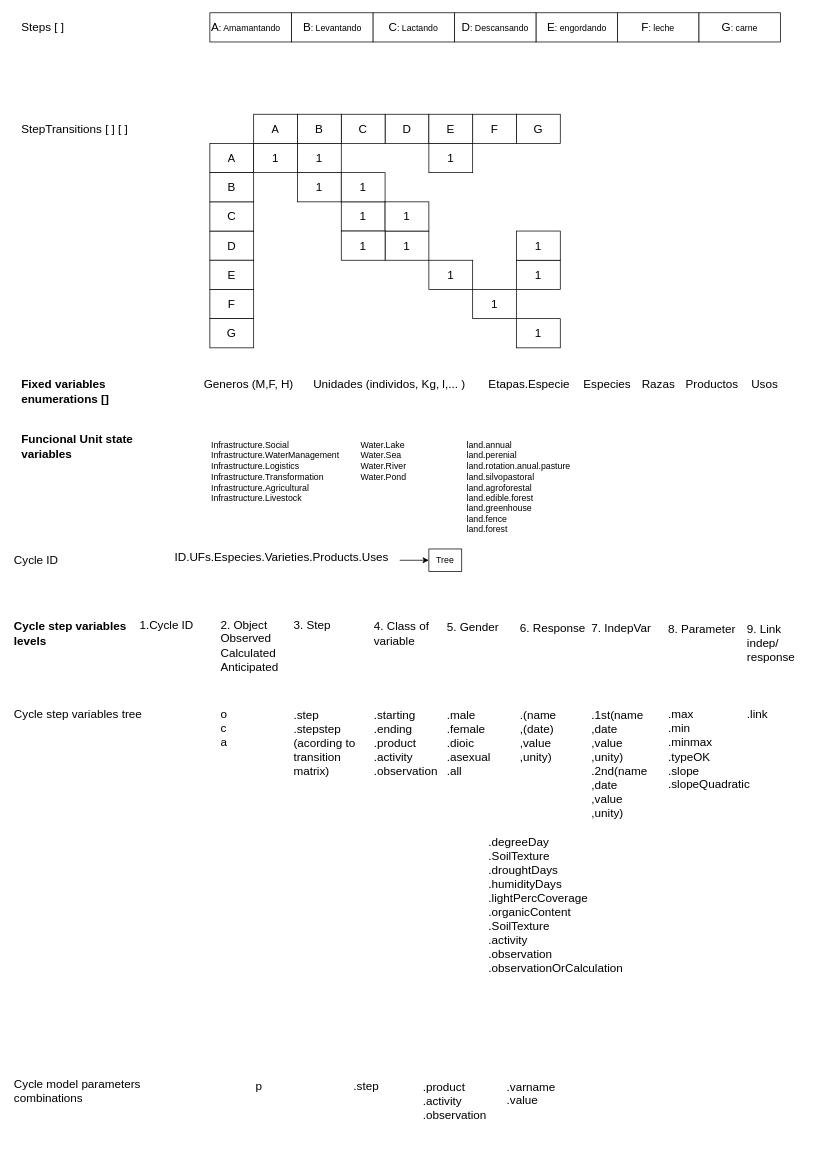
Before: page "Genérico" (1 of 2) of CyclesModels.drawio in stdupas/app.agromaker, a draw.io diagram. Source tidied: cells renumbered, new cells numbered last; positions are measured from the earlier drawing's top-left corner, leaving out a move shared by most shapes. Both pictures are drawn from the tidied source at 73%, with x=0, y=0 at pixel (12, 12).
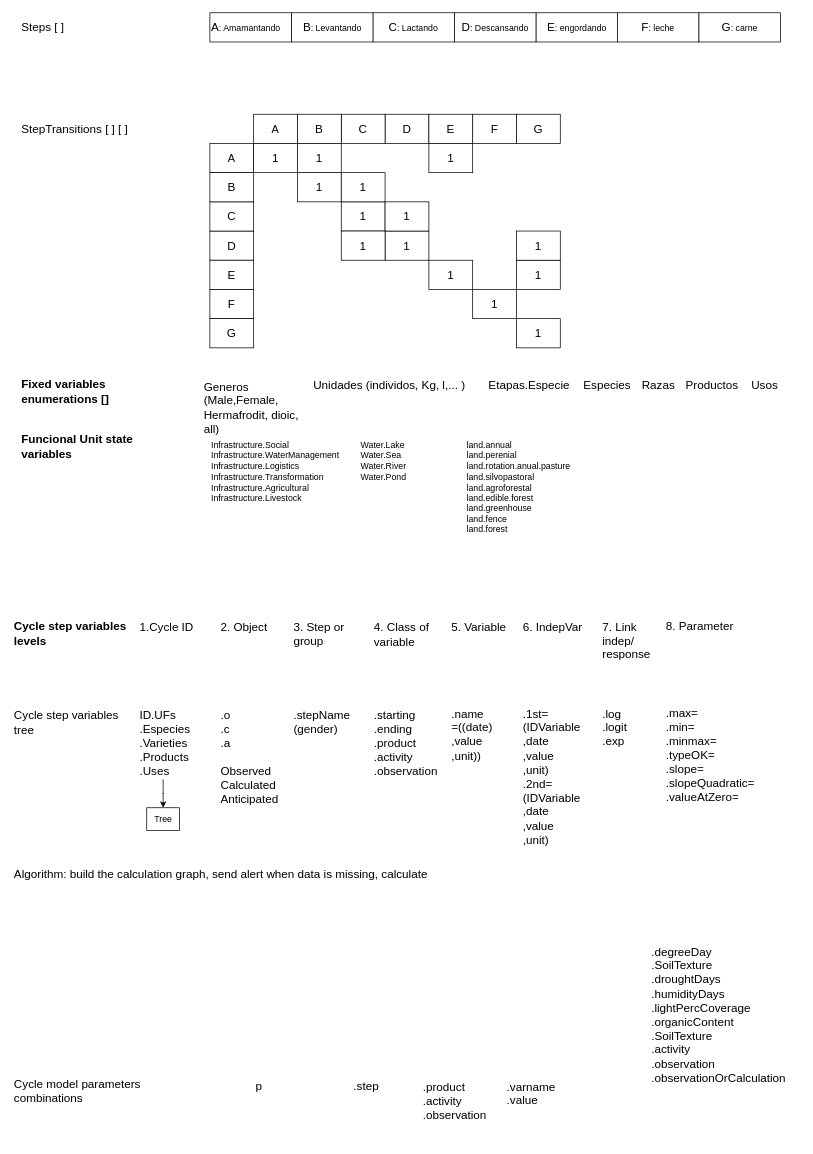
Above is the later version.

Diff of the diagram source:
```diff
@@
-    <mxCell id="5" value="Generos (M,F, H)" style="text;html=1;strokeColor=none;fillColor=none;align=left;verticalAlign=middle;whiteSpace=wrap;rounded=0;fontSize=16;" parent="1" vertex="1">
-      <mxGeometry x="260" y="499" width="150" height="20" as="geometry" />
+    <mxCell id="5" value="Generos (Male,Female, Hermafrodit, dioic, all)" style="text;html=1;strokeColor=none;fillColor=none;align=left;verticalAlign=middle;whiteSpace=wrap;rounded=0;fontSize=16;" parent="1" vertex="1">
+      <mxGeometry x="260" y="511" width="150" height="60" as="geometry" />
     </mxCell>
     <mxCell id="6" value="Unidades (individos, Kg, l,... )" style="text;html=1;strokeColor=none;fillColor=none;align=left;verticalAlign=middle;whiteSpace=wrap;rounded=0;fontSize=16;" parent="1" vertex="1">
-      <mxGeometry x="410" y="499" width="230" height="20" as="geometry" />
+      <mxGeometry x="410" y="500" width="230" height="20" as="geometry" />
     </mxCell>
@@
-    <mxCell id="47" value="&lt;div style=&quot;font-size: 16px;&quot;&gt;o&lt;/div&gt;&lt;div style=&quot;font-size: 16px;&quot;&gt;c&lt;/div&gt;&lt;div style=&quot;font-size: 16px;&quot;&gt;a&lt;br style=&quot;font-size: 16px;&quot;&gt;&lt;/div&gt;" style="text;whiteSpace=wrap;html=1;fontSize=16;verticalAlign=top;" parent="1" vertex="1">
-      <mxGeometry x="282.8" y="945" width="100" height="90" as="geometry" />
+    <mxCell id="47" value=".o&lt;div style=&quot;font-size: 16px;&quot;&gt;.c&lt;/div&gt;&lt;div style=&quot;font-size: 16px;&quot;&gt;.a&lt;br style=&quot;font-size: 16px;&quot;&gt;&lt;/div&gt;&lt;div&gt;&lt;br&gt;&lt;/div&gt;&lt;div&gt;&lt;div style=&quot;font-size: 16px;&quot;&gt;Observed&lt;/div&gt;&lt;div style=&quot;font-size: 16px;&quot;&gt;Calculated&lt;/div&gt;Anticipated&lt;/div&gt;" style="text;whiteSpace=wrap;html=1;fontSize=16;verticalAlign=top;" parent="1" vertex="1">
+      <mxGeometry x="282.8" y="946" width="100" height="90" as="geometry" />
     </mxCell>
-    <mxCell id="48" value="&lt;div&gt;.step&lt;/div&gt;&lt;div&gt;.stepstep (acording to transition matrix)&lt;br&gt;&lt;/div&gt;" style="text;whiteSpace=wrap;html=1;fontSize=16;verticalAlign=top;" parent="1" vertex="1">
-      <mxGeometry x="382.8" y="946" width="100" height="90" as="geometry" />
+    <mxCell id="48" value="&lt;div&gt;.stepName (gender)&lt;br&gt;&lt;/div&gt;&lt;div&gt;&lt;br&gt;&lt;/div&gt;" style="text;whiteSpace=wrap;html=1;fontSize=16;verticalAlign=top;" parent="1" vertex="1">
+      <mxGeometry x="382.8" y="946" width="77.2" height="90" as="geometry" />
     </mxCell>
@@
-    <mxCell id="50" value="&lt;div&gt;.male&lt;/div&gt;&lt;div&gt;.female&lt;br&gt;&lt;/div&gt;&lt;div&gt;.dioic&lt;/div&gt;&lt;div&gt;.asexual&lt;/div&gt;&lt;div&gt;.all&lt;br&gt;&lt;/div&gt;" style="text;whiteSpace=wrap;html=1;fontSize=16;verticalAlign=top;" parent="1" vertex="1">
-      <mxGeometry x="592.8" y="946" width="100" height="80" as="geometry" />
-    </mxCell>
-    <mxCell id="51" value="&lt;div&gt;.(name&lt;br&gt;&lt;/div&gt;&lt;div&gt;,(date)&lt;/div&gt;&lt;div&gt;,value&lt;/div&gt;&lt;div&gt;,unity)&lt;br&gt;&lt;/div&gt;" style="text;whiteSpace=wrap;html=1;fontSize=16;verticalAlign=top;" parent="1" vertex="1">
-      <mxGeometry x="692.8" y="946" width="100" height="80" as="geometry" />
+    <mxCell id="51" value="&lt;div&gt;.name&lt;br&gt;&lt;/div&gt;&lt;div&gt;=((date)&lt;/div&gt;&lt;div&gt;,value&lt;/div&gt;&lt;div&gt;,unit))&lt;br&gt;&lt;/div&gt;" style="text;whiteSpace=wrap;html=1;fontSize=16;verticalAlign=top;" parent="1" vertex="1">
+      <mxGeometry x="599" y="944" width="100" height="80" as="geometry" />
     </mxCell>
     <mxCell id="52" value="Cycle step variables tree" style="text;html=1;strokeColor=none;fillColor=none;align=left;verticalAlign=middle;whiteSpace=wrap;rounded=0;fontSize=16;" parent="1" vertex="1">
-      <mxGeometry y="946" width="220" height="30" as="geometry" />
+      <mxGeometry y="957" width="150" height="30" as="geometry" />
     </mxCell>
-    <mxCell id="53" value="&lt;div&gt;.max&lt;/div&gt;&lt;div&gt;.min&lt;/div&gt;&lt;div&gt;.minmax&lt;/div&gt;.typeOK&lt;br&gt;&lt;div&gt;&lt;div&gt;.slope&lt;/div&gt;&lt;div&gt;.slopeQuadratic&lt;br&gt;&lt;/div&gt;&lt;/div&gt;" style="text;whiteSpace=wrap;html=1;fontSize=16;verticalAlign=top;" parent="1" vertex="1">
-      <mxGeometry x="895.8" y="945" width="90" height="155.5" as="geometry" />
+    <mxCell id="53" value="&lt;div&gt;.max=&lt;/div&gt;&lt;div&gt;.min=&lt;/div&gt;&lt;div&gt;.minmax=&lt;/div&gt;.typeOK=&lt;div&gt;&lt;div&gt;.slope=&lt;/div&gt;&lt;div&gt;.slopeQuadratic=&lt;/div&gt;&lt;/div&gt;&lt;div&gt;.valueAtZero=&lt;/div&gt;" style="text;whiteSpace=wrap;html=1;fontSize=16;verticalAlign=top;" parent="1" vertex="1">
+      <mxGeometry x="893.2" y="942.5" width="90" height="155.5" as="geometry" />
     </mxCell>
     <mxCell id="54" value="Etapas.Especie" style="text;html=1;strokeColor=none;fillColor=none;align=left;verticalAlign=middle;whiteSpace=wrap;rounded=0;fontSize=16;" parent="1" vertex="1">
-      <mxGeometry x="650" y="499" width="120" height="20" as="geometry" />
+      <mxGeometry x="650" y="500" width="120" height="20" as="geometry" />
     </mxCell>
     <mxCell id="55" value="Especies" style="text;html=1;strokeColor=none;fillColor=none;align=left;verticalAlign=middle;whiteSpace=wrap;rounded=0;fontSize=16;" parent="1" vertex="1">
-      <mxGeometry x="780" y="499" width="100" height="20" as="geometry" />
+      <mxGeometry x="780" y="500" width="100" height="20" as="geometry" />
     </mxCell>
     <mxCell id="56" value="Razas" style="text;html=1;strokeColor=none;fillColor=none;align=left;verticalAlign=middle;whiteSpace=wrap;rounded=0;fontSize=16;" parent="1" vertex="1">
-      <mxGeometry x="860" y="499" width="100" height="20" as="geometry" />
+      <mxGeometry x="860" y="500" width="100" height="20" as="geometry" />
     </mxCell>
     <mxCell id="57" value="Productos" style="text;html=1;strokeColor=none;fillColor=none;align=left;verticalAlign=middle;whiteSpace=wrap;rounded=0;fontSize=16;" parent="1" vertex="1">
-      <mxGeometry x="920" y="499" width="100" height="20" as="geometry" />
+      <mxGeometry x="920" y="500" width="100" height="20" as="geometry" />
     </mxCell>
     <mxCell id="58" value="Usos" style="text;html=1;strokeColor=none;fillColor=none;align=left;verticalAlign=middle;whiteSpace=wrap;rounded=0;fontSize=16;" parent="1" vertex="1">
-      <mxGeometry x="1010" y="499" width="70" height="20" as="geometry" />
+      <mxGeometry x="1010" y="500" width="70" height="20" as="geometry" />
     </mxCell>
@@
-    <mxCell id="63" value="2. Object&lt;div&gt;&lt;div style=&quot;font-size: 16px;&quot;&gt;Observed&lt;/div&gt;&lt;div style=&quot;font-size: 16px;&quot;&gt;Calculated&lt;/div&gt;Anticipated&lt;/div&gt;" style="text;html=1;strokeColor=none;fillColor=none;align=left;verticalAlign=middle;whiteSpace=wrap;rounded=0;fontSize=16;" parent="1" vertex="1">
-      <mxGeometry x="282.8" y="826" width="100" height="82" as="geometry" />
+    <mxCell id="63" value="2. Object&lt;div&gt;&lt;br&gt;&lt;/div&gt;" style="text;html=1;strokeColor=none;fillColor=none;align=left;verticalAlign=middle;whiteSpace=wrap;rounded=0;fontSize=16;" parent="1" vertex="1">
+      <mxGeometry x="282.8" y="829" width="100" height="44" as="geometry" />
     </mxCell>
-    <mxCell id="64" value="3. Step" style="text;html=1;strokeColor=none;fillColor=none;align=left;verticalAlign=middle;whiteSpace=wrap;rounded=0;fontSize=16;" parent="1" vertex="1">
-      <mxGeometry x="382.8" y="819" width="100" height="38" as="geometry" />
+    <mxCell id="64" value="3. Step or group" style="text;html=1;strokeColor=none;fillColor=none;align=left;verticalAlign=middle;whiteSpace=wrap;rounded=0;fontSize=16;" parent="1" vertex="1">
+      <mxGeometry x="382.8" y="832" width="100" height="38" as="geometry" />
     </mxCell>
     <mxCell id="65" value="4. Class of variable" style="text;html=1;strokeColor=none;fillColor=none;align=left;verticalAlign=middle;whiteSpace=wrap;rounded=0;fontSize=16;" parent="1" vertex="1">
-      <mxGeometry x="492.8" y="819" width="85" height="62" as="geometry" />
+      <mxGeometry x="492.8" y="821" width="85" height="62" as="geometry" />
     </mxCell>
-    <mxCell id="66" value="5. Gender" style="text;html=1;strokeColor=none;fillColor=none;align=left;verticalAlign=middle;whiteSpace=wrap;rounded=0;fontSize=16;" parent="1" vertex="1">
-      <mxGeometry x="592.8" y="823" width="100" height="38" as="geometry" />
-    </mxCell>
-    <mxCell id="67" value="6. Response " style="text;html=1;strokeColor=none;fillColor=none;align=left;verticalAlign=middle;whiteSpace=wrap;rounded=0;fontSize=16;" parent="1" vertex="1">
-      <mxGeometry x="692.8" y="827" width="100" height="32" as="geometry" />
+    <mxCell id="67" value="5. Variable " style="text;html=1;strokeColor=none;fillColor=none;align=left;verticalAlign=middle;whiteSpace=wrap;rounded=0;fontSize=16;" parent="1" vertex="1">
+      <mxGeometry x="599" y="825" width="100" height="32" as="geometry" />
     </mxCell>
-    <mxCell id="68" value="Cycle ID" style="text;html=1;strokeColor=none;fillColor=none;align=left;verticalAlign=middle;whiteSpace=wrap;rounded=0;fontSize=16;" parent="1" vertex="1">
-      <mxGeometry y="709" width="100" height="82" as="geometry" />
-    </mxCell>
@@
-    <mxCell id="70" value="&lt;div style=&quot;font-size: 16px;&quot;&gt;ID.UFs.Especies.Varieties.Products.Uses&lt;br style=&quot;font-size: 16px;&quot;&gt;&lt;/div&gt;" style="text;whiteSpace=wrap;html=1;fontSize=16;verticalAlign=top;" parent="1" vertex="1">
-      <mxGeometry x="220" y="730" width="310" height="40" as="geometry" />
+    <mxCell id="70" value="&lt;div style=&quot;font-size: 16px;&quot;&gt;ID.UFs .Especies .Varieties .Products .Uses&lt;br style=&quot;font-size: 16px;&quot;&gt;&lt;/div&gt;" style="text;whiteSpace=wrap;html=1;fontSize=16;verticalAlign=top;" parent="1" vertex="1">
+      <mxGeometry x="172" y="946" width="68" height="104" as="geometry" />
     </mxCell>
     <mxCell id="71" value="Tree" style="whiteSpace=wrap;html=1;" parent="1" vertex="1">
-      <mxGeometry x="570" y="734.5" width="45" height="31" as="geometry" />
+      <mxGeometry x="183.5" y="1089" width="45" height="31" as="geometry" />
     </mxCell>
     <mxCell id="72" value="1.Cycle ID" style="text;html=1;strokeColor=none;fillColor=none;align=left;verticalAlign=middle;whiteSpace=wrap;rounded=0;fontSize=16;" parent="1" vertex="1">
-      <mxGeometry x="172" y="797" width="100" height="82" as="geometry" />
+      <mxGeometry x="172" y="800" width="100" height="82" as="geometry" />
     </mxCell>
@@
-    <mxCell id="76" value=".link " style="text;whiteSpace=wrap;html=1;fontSize=16;verticalAlign=top;" parent="1" vertex="1">
-      <mxGeometry x="1003.8" y="945" width="60" height="52.5" as="geometry" />
+    <mxCell id="76" value="&lt;div&gt;.log&lt;/div&gt;&lt;div&gt;.logit&lt;/div&gt;&lt;div&gt;.exp&lt;br&gt;&lt;/div&gt;" style="text;whiteSpace=wrap;html=1;fontSize=16;verticalAlign=top;" parent="1" vertex="1">
+      <mxGeometry x="806.2" y="943.5" width="60" height="74.5" as="geometry" />
     </mxCell>
@@
-    <mxCell id="79" value="7. IndepVar" style="text;html=1;strokeColor=none;fillColor=none;align=left;verticalAlign=middle;whiteSpace=wrap;rounded=0;fontSize=16;" parent="1" vertex="1">
-      <mxGeometry x="790.8" y="827" width="100" height="32" as="geometry" />
+    <mxCell id="79" value="6. IndepVar" style="text;html=1;strokeColor=none;fillColor=none;align=left;verticalAlign=middle;whiteSpace=wrap;rounded=0;fontSize=16;" parent="1" vertex="1">
+      <mxGeometry x="697" y="825" width="100" height="32" as="geometry" />
     </mxCell>
     <mxCell id="80" value="8. Parameter " style="text;html=1;strokeColor=none;fillColor=none;align=left;verticalAlign=middle;whiteSpace=wrap;rounded=0;fontSize=16;" parent="1" vertex="1">
-      <mxGeometry x="895.8" y="827.5" width="100" height="32" as="geometry" />
+      <mxGeometry x="893.2" y="824" width="100" height="32" as="geometry" />
     </mxCell>
     <mxCell id="81" value="&lt;div&gt;.degreeDay&lt;br&gt;&lt;/div&gt;&lt;div&gt;.SoilTexture&lt;/div&gt;&lt;div&gt;.droughtDays&lt;/div&gt;&lt;div&gt;.humidityDays&lt;/div&gt;&lt;div&gt;.lightPercCoverage&lt;/div&gt;&lt;div&gt;.organicContent&lt;/div&gt;&lt;div&gt;&lt;div&gt;.SoilTexture&lt;/div&gt;&lt;div&gt;.activity&lt;/div&gt;&lt;div&gt;.observation&lt;/div&gt;&lt;div&gt;.observationOrCalculation&lt;br&gt;&lt;/div&gt;&lt;/div&gt;" style="text;whiteSpace=wrap;html=1;fontSize=16;verticalAlign=top;" parent="1" vertex="1">
-      <mxGeometry x="650" y="1120" width="87" height="155.5" as="geometry" />
+      <mxGeometry x="873" y="1270" width="87" height="155.5" as="geometry" />
     </mxCell>
-    <mxCell id="82" value="9. Link &lt;br&gt;indep/ response" style="text;html=1;strokeColor=none;fillColor=none;align=left;verticalAlign=middle;whiteSpace=wrap;rounded=0;fontSize=16;" parent="1" vertex="1">
-      <mxGeometry x="1003.8" y="847" width="64.2" height="32" as="geometry" />
+    <mxCell id="82" value="7. Link &lt;br&gt;indep/ response" style="text;html=1;strokeColor=none;fillColor=none;align=left;verticalAlign=middle;whiteSpace=wrap;rounded=0;fontSize=16;" parent="1" vertex="1">
+      <mxGeometry x="806.2" y="828" width="64.2" height="63" as="geometry" />
     </mxCell>
-    <mxCell id="83" value="&lt;div&gt;.1st(name&lt;br&gt;&lt;/div&gt;&lt;div&gt;,date&lt;/div&gt;&lt;div&gt;,value&lt;/div&gt;&lt;div&gt;,unity)&lt;/div&gt;&lt;div&gt;&lt;div&gt;.2nd(name&lt;br&gt;&lt;/div&gt;&lt;div&gt;,date&lt;/div&gt;&lt;div&gt;,value&lt;/div&gt;,unity)&lt;/div&gt;" style="text;whiteSpace=wrap;html=1;fontSize=16;verticalAlign=top;" parent="1" vertex="1">
-      <mxGeometry x="790.8" y="946" width="100" height="80" as="geometry" />
+    <mxCell id="83" value="&lt;div&gt;.1st=&lt;br&gt;(IDVariable&lt;/div&gt;&lt;div&gt;,date&lt;/div&gt;&lt;div&gt;,value&lt;/div&gt;&lt;div&gt;,unit)&lt;/div&gt;&lt;div&gt;&lt;div&gt;.2nd=&lt;/div&gt;&lt;div&gt;(IDVariable&lt;/div&gt;&lt;div&gt;,date&lt;/div&gt;&lt;div&gt;,value&lt;/div&gt;,unit)&lt;/div&gt;" style="text;whiteSpace=wrap;html=1;fontSize=16;verticalAlign=top;" parent="1" vertex="1">
+      <mxGeometry x="697" y="944" width="100" height="204" as="geometry" />
     </mxCell>
+    <mxCell id="84" value="Algorithm: build the calculation graph, send alert when data is missing, calculate" style="text;html=1;strokeColor=none;fillColor=none;align=left;verticalAlign=middle;whiteSpace=wrap;rounded=0;fontSize=16;" parent="1" vertex="1">
+      <mxGeometry y="1170" width="720" height="20" as="geometry" />
+    </mxCell>
```
